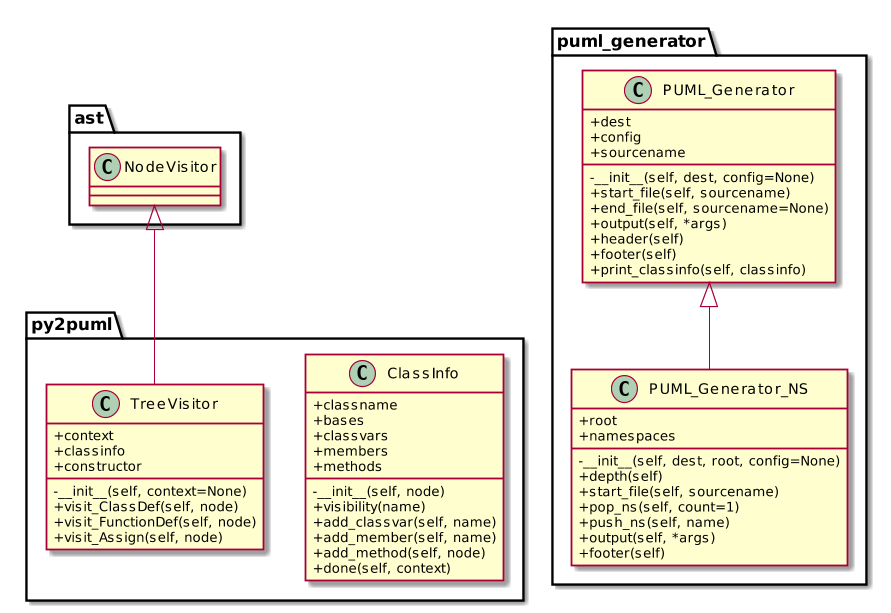
Earlier version of the PlantUML export py2puml/examples/py2puml-custom.png (deadbok/py-puml-tools).
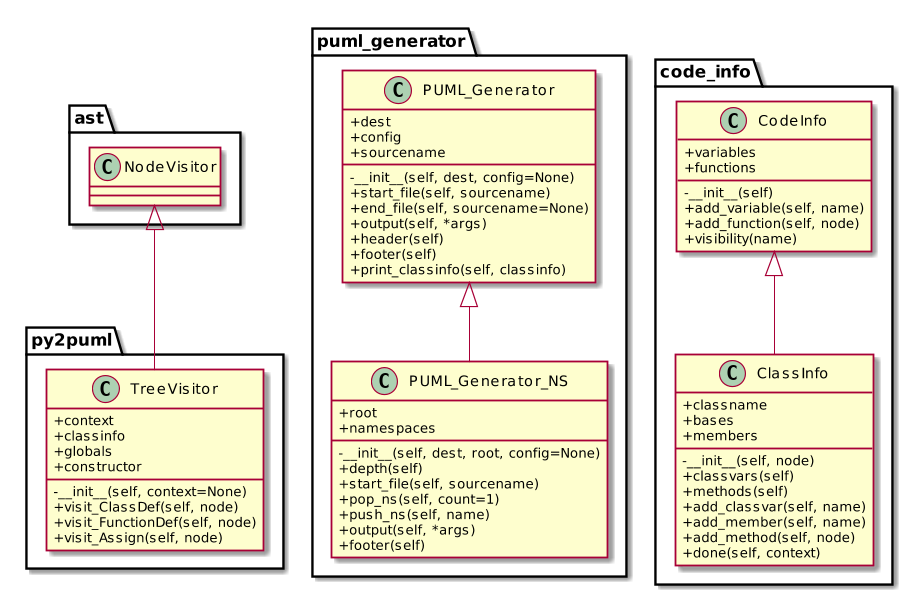
The same file after the commit.

Commit message:
Refactored for write-globals. Tests ok

What changed in the source:
```diff
@@ -4,24 +4,11 @@
 scale 1.2
 
 namespace py2puml {
-  class ClassInfo {
-    +classname
-    +bases
-    +classvars
-    +members
-    +methods
-    -__init__(self, node)
-    +visibility(name)
-    +add_classvar(self, name)
-    +add_member(self, name)
-    +add_method(self, node)
-    +done(self, context)
-  }
-
   ast.NodeVisitor <|-- TreeVisitor
   class TreeVisitor {
     +context
     +classinfo
+    +globals
     +constructor
     -__init__(self, context=None)
     +visit_ClassDef(self, node)
@@ -58,4 +45,29 @@
   }
 
 }
+namespace code_info {
+  class CodeInfo {
+    +variables
+    +functions
+    -__init__(self)
+    +add_variable(self, name)
+    +add_function(self, node)
+    +visibility(name)
+  }
+
+  CodeInfo <|-- ClassInfo
+  class ClassInfo {
+    +classname
+    +bases
+    +members
+    -__init__(self, node)
+    +classvars(self)
+    +methods(self)
+    +add_classvar(self, name)
+    +add_member(self, name)
+    +add_method(self, node)
+    +done(self, context)
+  }
+
+}
 @enduml
```
